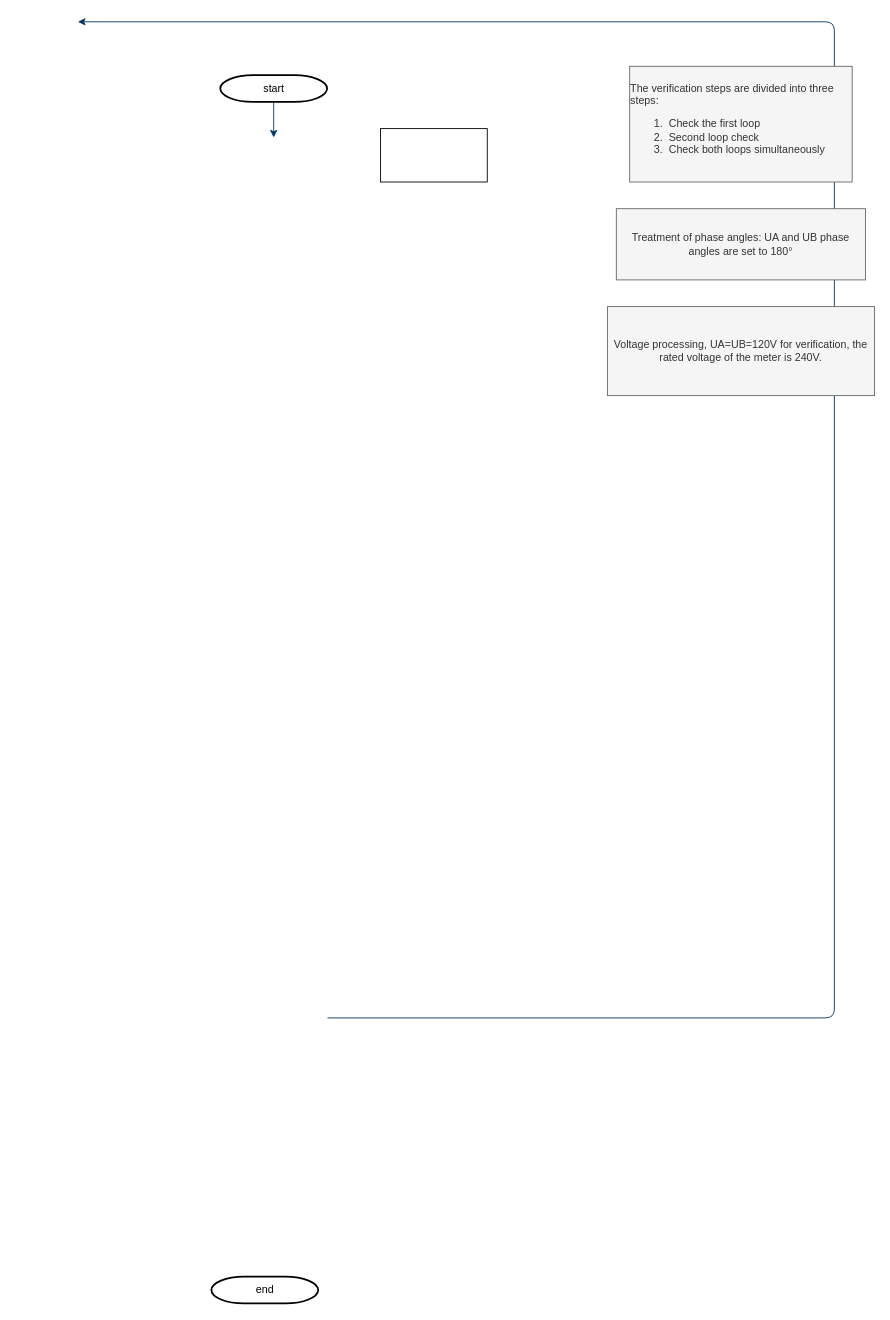
Earlier version of the draw.io diagram Untitled Diagram.drawio (GenyEEM/Doc). Source tidied: cells renumbered, new cells numbered last; positions are measured from the earlier drawing's top-left corner, leaving out a move shared by most shapes. Both pictures are drawn from the tidied source at 89%, with x=0, y=0 at pixel (77, 21).
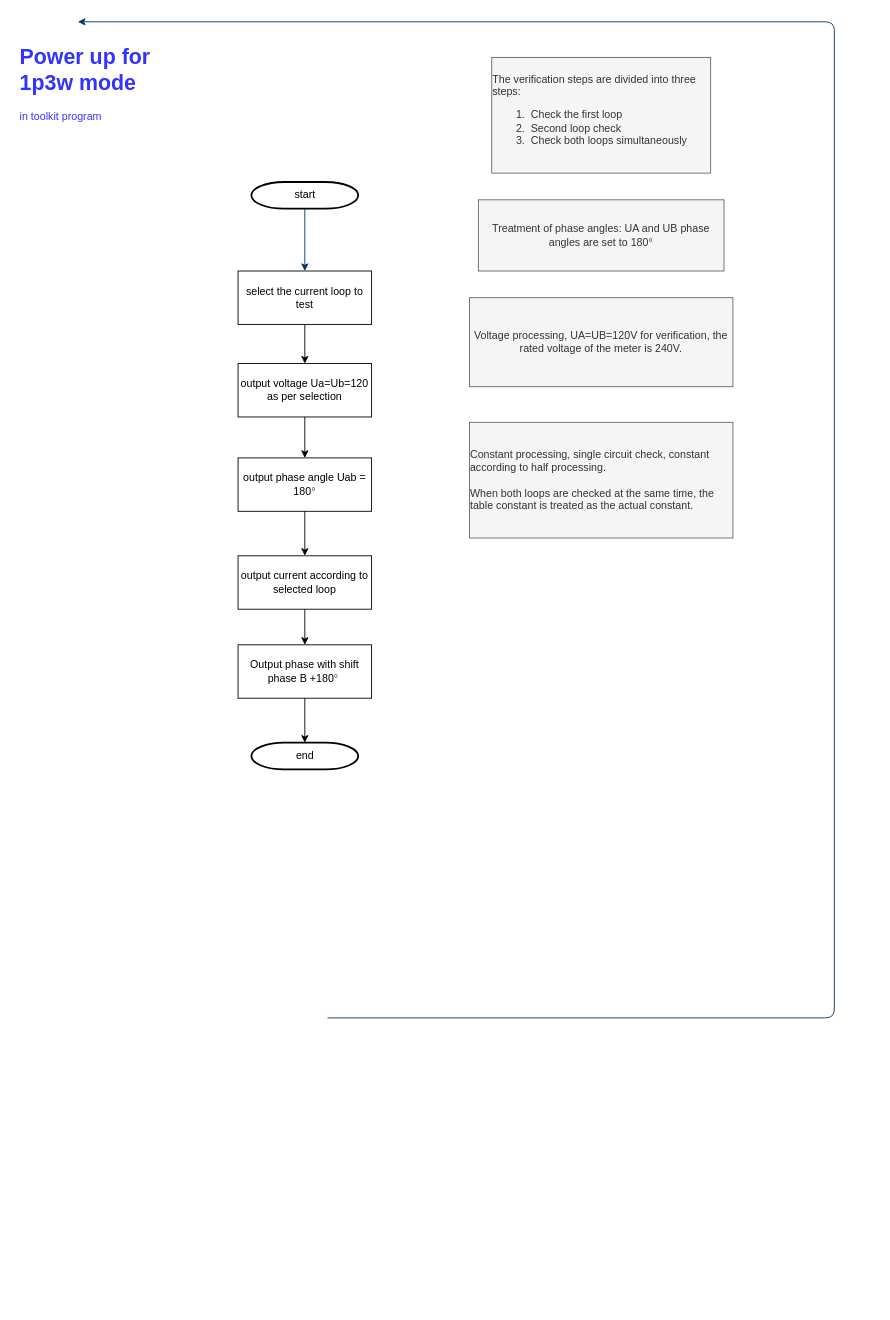
The same diagram, later.

Change to the diagram source:
```diff
@@
     <mxCell id="2" value="start" style="shape=mxgraph.flowchart.terminator;strokeWidth=2;gradientColor=none;gradientDirection=north;fontStyle=0;html=1;" parent="1" vertex="1">
-      <mxGeometry x="160" y="60" width="120" height="30" as="geometry" />
+      <mxGeometry x="195" y="180" width="120" height="30" as="geometry" />
     </mxCell>
-    <mxCell id="3" style="fontStyle=1;strokeColor=#003366;strokeWidth=1;html=1;" parent="1" edge="1" source="2">
-      <mxGeometry relative="1" as="geometry">
-        <mxPoint x="220" y="130" as="targetPoint" />
-      </mxGeometry>
+    <mxCell id="3" style="fontStyle=1;strokeColor=#003366;strokeWidth=1;html=1;entryX=0.5;entryY=0;entryDx=0;entryDy=0;" parent="1" edge="1" source="2" target="6">
+      <mxGeometry relative="1" as="geometry" />
     </mxCell>
     <mxCell id="4" value="end" style="shape=mxgraph.flowchart.terminator;strokeWidth=2;gradientColor=none;gradientDirection=north;fontStyle=0;html=1;" parent="1" vertex="1">
-      <mxGeometry x="150" y="1410" width="120" height="30" as="geometry" />
+      <mxGeometry x="195" y="810" width="120" height="30" as="geometry" />
     </mxCell>
@@
-    <mxCell id="6" style="rounded=0;whiteSpace=wrap;html=1;" parent="1" vertex="1">
-      <mxGeometry x="340" y="120" width="120" height="60" as="geometry" />
+    <mxCell id="6" value="select the current loop to test" style="rounded=0;whiteSpace=wrap;html=1;" parent="1" vertex="1">
+      <mxGeometry x="180" y="280" width="150" height="60" as="geometry" />
     </mxCell>
     <mxCell id="7" value="&lt;div style=&quot;text-align: left; font-size: 12px;&quot;&gt;&lt;span style=&quot;font-size: 12px;&quot;&gt;The verification steps are divided into three steps:&lt;/span&gt;&lt;/div&gt;&lt;ol style=&quot;font-size: 12px;&quot;&gt;&lt;li style=&quot;text-align: left; font-size: 12px;&quot;&gt;&amp;nbsp;Check the first loop&lt;/li&gt;&lt;li style=&quot;text-align: left; font-size: 12px;&quot;&gt;&amp;nbsp;Second loop check&lt;/li&gt;&lt;li style=&quot;text-align: left; font-size: 12px;&quot;&gt;&amp;nbsp;Check both loops simultaneously&lt;/li&gt;&lt;/ol&gt;" style="text;html=1;strokeColor=#666666;fillColor=#f5f5f5;align=center;verticalAlign=middle;whiteSpace=wrap;rounded=0;fontSize=12;fontColor=#333333;" parent="1" vertex="1">
-      <mxGeometry x="620" y="50" width="250" height="130" as="geometry" />
+      <mxGeometry x="465" y="40" width="246" height="130" as="geometry" />
     </mxCell>
     <mxCell id="8" value="Treatment of phase angles: UA and UB phase angles are set to 180°" style="text;html=1;strokeColor=#666666;fillColor=#f5f5f5;align=center;verticalAlign=middle;whiteSpace=wrap;rounded=0;fontSize=12;fontColor=#333333;" parent="1" vertex="1">
-      <mxGeometry x="605" y="210" width="280" height="80" as="geometry" />
+      <mxGeometry x="450" y="200" width="276" height="80" as="geometry" />
     </mxCell>
     <mxCell id="9" value="Voltage processing, UA=UB=120V for verification, the rated voltage of the meter is 240V." style="text;html=1;strokeColor=#666666;fillColor=#f5f5f5;align=center;verticalAlign=middle;whiteSpace=wrap;rounded=0;fontSize=12;fontColor=#333333;" parent="1" vertex="1">
-      <mxGeometry x="595" y="320" width="300" height="100" as="geometry" />
+      <mxGeometry x="440" y="310" width="296" height="100" as="geometry" />
     </mxCell>
+    <mxCell id="10" value="&lt;h1&gt;Power up for 1p3w mode&lt;/h1&gt;&lt;p&gt;in toolkit program&lt;/p&gt;&lt;p&gt;&lt;br&gt;&lt;/p&gt;" style="text;html=1;strokeColor=none;fillColor=none;spacing=5;spacingTop=-20;whiteSpace=wrap;overflow=hidden;rounded=0;fontSize=12;fontColor=#3333FF;" parent="1" vertex="1">
+      <mxGeometry x="-70" y="20" width="220" height="110" as="geometry" />
+    </mxCell>
+    <mxCell id="11" value="&lt;div style=&quot;text-align: left&quot;&gt;Constant processing, single circuit check, constant according to half processing.&lt;/div&gt;&lt;div style=&quot;text-align: left&quot;&gt;&lt;br&gt;&lt;/div&gt;&lt;div style=&quot;text-align: left&quot;&gt;When both loops are checked at the same time, the table constant is treated as the actual constant.&lt;/div&gt;" style="text;html=1;strokeColor=#666666;fillColor=#f5f5f5;align=center;verticalAlign=middle;whiteSpace=wrap;rounded=0;fontSize=12;fontColor=#333333;" parent="1" vertex="1">
+      <mxGeometry x="440" y="450" width="296" height="130" as="geometry" />
+    </mxCell>
+    <mxCell id="12" value="output voltage Ua=Ub=120 as per selection" style="rounded=0;whiteSpace=wrap;html=1;fontSize=12;" parent="1" vertex="1">
+      <mxGeometry x="180" y="384" width="150" height="60" as="geometry" />
+    </mxCell>
+    <mxCell id="13" style="endArrow=classic;html=1;fontSize=12;fontColor=#000000;exitX=0.5;exitY=1;exitDx=0;exitDy=0;entryX=0.5;entryY=0;entryDx=0;entryDy=0;" parent="1" edge="1" source="6" target="12">
+      <mxGeometry relative="1" as="geometry" />
+    </mxCell>
+    <mxCell id="14" value="output phase angle Uab = 180&lt;span style=&quot;color: rgb(51 , 51 , 51)&quot;&gt;°&lt;/span&gt;" style="rounded=0;whiteSpace=wrap;html=1;fontSize=12;" parent="1" vertex="1">
+      <mxGeometry x="180" y="490" width="150" height="60" as="geometry" />
+    </mxCell>
+    <mxCell id="15" value="output current according to selected loop" style="rounded=0;whiteSpace=wrap;html=1;fontSize=12;" parent="1" vertex="1">
+      <mxGeometry x="180" y="600" width="150" height="60" as="geometry" />
+    </mxCell>
+    <mxCell id="16" value="Output phase with shift phase B +180&lt;span style=&quot;color: rgb(51 , 51 , 51)&quot;&gt;°&lt;/span&gt;&amp;nbsp;" style="rounded=0;whiteSpace=wrap;html=1;fontSize=12;" parent="1" vertex="1">
+      <mxGeometry x="180" y="700" width="150" height="60" as="geometry" />
+    </mxCell>
+    <mxCell id="17" style="endArrow=classic;html=1;fontSize=12;fontColor=#000000;exitX=0.5;exitY=1;exitDx=0;exitDy=0;" parent="1" edge="1" source="12" target="14">
+      <mxGeometry relative="1" as="geometry" />
+    </mxCell>
+    <mxCell id="18" style="endArrow=classic;html=1;fontSize=12;fontColor=#000000;exitX=0.5;exitY=1;exitDx=0;exitDy=0;" parent="1" edge="1" source="14" target="15">
+      <mxGeometry relative="1" as="geometry" />
+    </mxCell>
+    <mxCell id="19" style="endArrow=classic;html=1;fontSize=12;fontColor=#000000;exitX=0.5;exitY=1;exitDx=0;exitDy=0;entryX=0.5;entryY=0;entryDx=0;entryDy=0;" parent="1" edge="1" source="15" target="16">
+      <mxGeometry relative="1" as="geometry" />
+    </mxCell>
+    <mxCell id="20" style="endArrow=classic;html=1;fontSize=12;fontColor=#000000;exitX=0.5;exitY=1;exitDx=0;exitDy=0;entryX=0.5;entryY=0;entryDx=0;entryDy=0;entryPerimeter=0;" parent="1" edge="1" source="16" target="4">
+      <mxGeometry relative="1" as="geometry" />
+    </mxCell>
```
